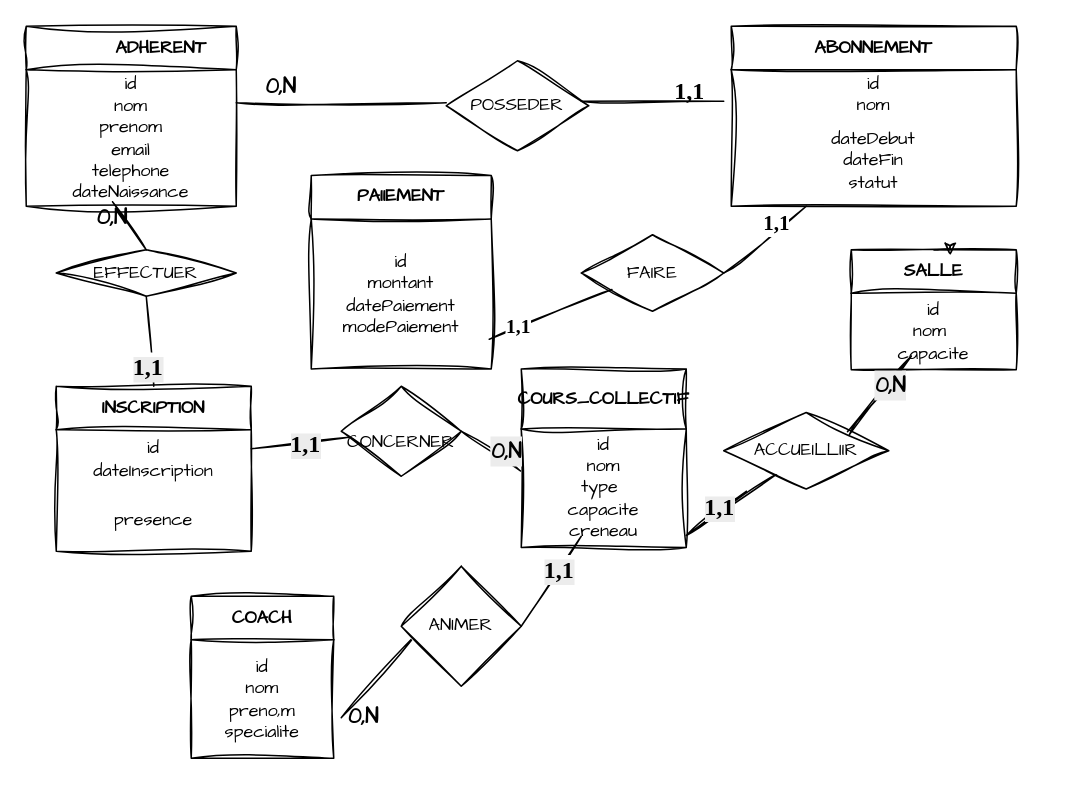
ndeyecoumbathiam2004-eng/bibliotheque keeps this draw.io diagram as mcd.drawio. Above is the earlier version. Source tidied: cells renumbered, new cells numbered last; positions are measured from the earlier drawing's top-left corner, leaving out a move shared by most shapes. Both pictures are drawn from the tidied source at 150%, with x=0, y=0 at pixel (26, 26).
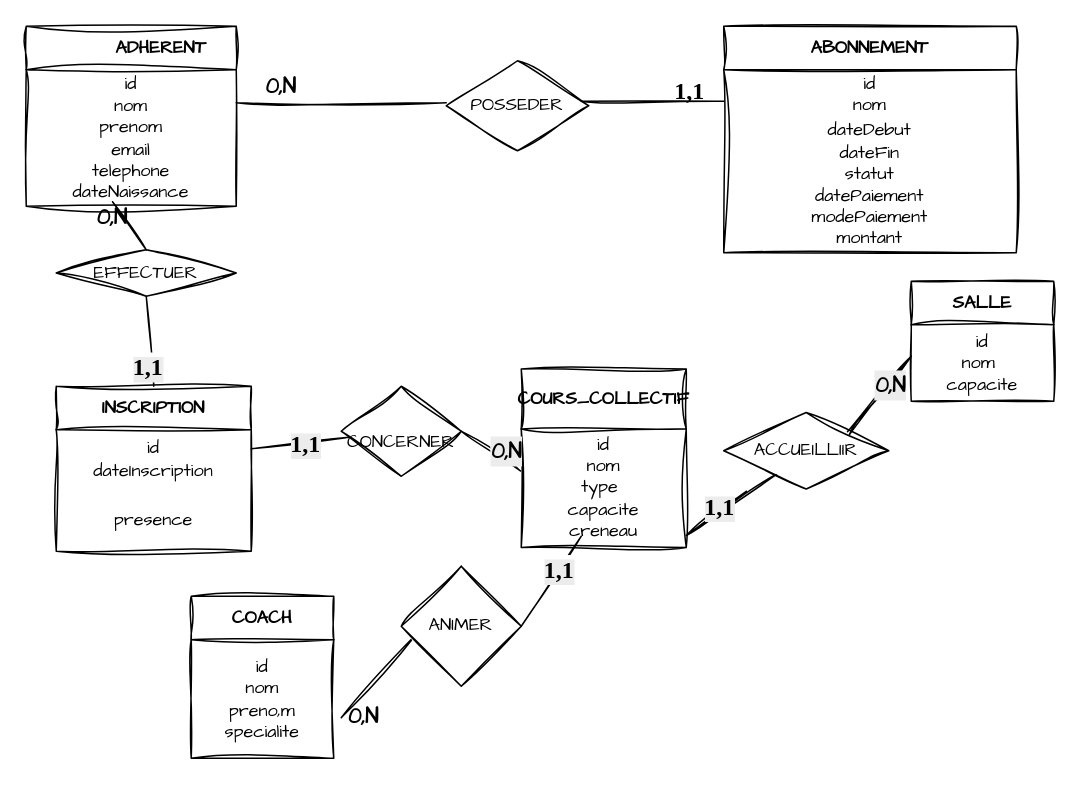
After the change.

What changed in the source:
```diff
@@
     <mxCell id="10" value="ABONNEMENT" style="swimlane;fontStyle=1;align=center;verticalAlign=middle;horizontal=1;startSize=29;html=1;whiteSpace=wrap;sketch=1;hachureGap=4;jiggle=2;curveFitting=1;fontFamily=Architects Daughter;" parent="1" vertex="1">
-      <mxGeometry x="470" width="190" height="120" as="geometry" />
+      <mxGeometry x="465" width="195" height="151" as="geometry" />
     </mxCell>
     <mxCell id="11" value="id&lt;div&gt;nom&lt;/div&gt;" style="text;html=1;strokeColor=none;fillColor=none;align=center;verticalAlign=middle;spacingLeft=4;spacingRight=4;overflow=hidden;whiteSpace=wrap;fontFamily=Architects Daughter;" parent="10" vertex="1">
-      <mxGeometry y="29" width="190" height="31" as="geometry" />
+      <mxGeometry y="29" width="195" height="31" as="geometry" />
     </mxCell>
-    <mxCell id="12" value="dateDebut&lt;div&gt;dateFin&lt;/div&gt;&lt;div&gt;statut&lt;/div&gt;" style="text;html=1;strokeColor=none;fillColor=none;align=center;verticalAlign=middle;spacingLeft=4;spacingRight=4;overflow=hidden;whiteSpace=wrap;fontFamily=Architects Daughter;" parent="10" vertex="1">
-      <mxGeometry y="60" width="190" height="60" as="geometry" />
+    <mxCell id="12" value="dateDebut&lt;div&gt;dateFin&lt;/div&gt;&lt;div&gt;statut&lt;/div&gt;&lt;div&gt;datePaiement&lt;/div&gt;&lt;div&gt;modePaiement&lt;/div&gt;&lt;div&gt;montant&lt;/div&gt;" style="text;html=1;strokeColor=none;fillColor=none;align=center;verticalAlign=middle;spacingLeft=4;spacingRight=4;overflow=hidden;whiteSpace=wrap;fontFamily=Architects Daughter;" parent="10" vertex="1">
+      <mxGeometry y="60" width="195" height="91" as="geometry" />
     </mxCell>
@@
-    <mxCell id="16" value="PAIIEMENT" style="swimlane;fontStyle=1;align=center;verticalAlign=middle;horizontal=1;startSize=29;html=1;whiteSpace=wrap;sketch=1;hachureGap=4;jiggle=2;curveFitting=1;fontFamily=Architects Daughter;" parent="1" vertex="1">
-      <mxGeometry x="190" y="99.5" width="120" height="129" as="geometry" />
-    </mxCell>
-    <mxCell id="17" value="&lt;div&gt;id&lt;/div&gt;&lt;div&gt;montant&lt;/div&gt;&lt;div&gt;datePaiement&lt;/div&gt;&lt;div&gt;modePaiement&lt;/div&gt;" style="text;html=1;strokeColor=none;fillColor=none;align=center;verticalAlign=middle;spacingLeft=4;spacingRight=4;overflow=hidden;points=[[0,0.5],[1,0.5]];portConstraint=eastwest;whiteSpace=wrap;fontFamily=Architects Daughter;" parent="16" vertex="1">
-      <mxGeometry y="29" width="120" height="100" as="geometry" />
-    </mxCell>
     <mxCell id="18" value="SALLE" style="swimlane;fontStyle=1;align=center;verticalAlign=middle;horizontal=1;startSize=29;html=1;whiteSpace=wrap;sketch=1;hachureGap=4;jiggle=2;curveFitting=1;fontFamily=Architects Daughter;" parent="1" vertex="1">
-      <mxGeometry x="550" y="149" width="110" height="80" as="geometry" />
+      <mxGeometry x="590" y="170" width="95" height="80" as="geometry" />
     </mxCell>
     <mxCell id="19" value="id&lt;div&gt;nom&amp;nbsp;&lt;/div&gt;&lt;div&gt;capacite&lt;/div&gt;" style="text;html=1;strokeColor=none;fillColor=none;align=center;verticalAlign=middle;spacingLeft=4;spacingRight=4;overflow=hidden;whiteSpace=wrap;fontFamily=Architects Daughter;" parent="18" vertex="1">
-      <mxGeometry y="29" width="110" height="51" as="geometry" />
+      <mxGeometry y="29" width="95" height="51" as="geometry" />
     </mxCell>
@@
-    <mxCell id="26" style="edgeStyle=orthogonalEdgeStyle;rounded=0;sketch=1;hachureGap=4;jiggle=2;curveFitting=1;orthogonalLoop=1;jettySize=auto;html=1;innerLoopWaypoints=1;exitX=0.5;exitY=0;exitDx=0;exitDy=0;entryX=0.6;entryY=0.047;entryDx=0;entryDy=0;entryPerimeter=0;fontFamily=Architects Daughter;" parent="1" edge="1" source="18" target="18">
-      <mxGeometry relative="1" as="geometry" />
-    </mxCell>
@@
-    <mxCell id="39" value="FAIRE" style="rhombus;whiteSpace=wrap;html=1;shapeInside=1;sketch=1;hachureGap=4;jiggle=2;curveFitting=1;fontFamily=Architects Daughter;" parent="1" vertex="1">
-      <mxGeometry x="370" y="139" width="95" height="51" as="geometry" />
-    </mxCell>
@@
-    <mxCell id="45" style="endArrow=none;html=1;rounded=0;sketch=1;hachureGap=4;jiggle=2;curveFitting=1;fontFamily=Architects Daughter;exitX=1;exitY=0.5;exitDx=0;exitDy=0;" parent="1" edge="1" source="39">
-      <mxGeometry relative="1" as="geometry">
-        <mxPoint x="520" y="120" as="targetPoint" />
-      </mxGeometry>
-    </mxCell>
-    <mxCell id="46" value="&lt;span style=&quot;font-size: 14px;&quot;&gt;&lt;b&gt;&lt;font face=&quot;Times New Roman&quot;&gt;1,1&lt;/font&gt;&lt;/b&gt;&lt;/span&gt;" style="edgeLabel;html=1;align=center;verticalAlign=middle;fontFamily=Architects Daughter;" parent="45" vertex="1">
-      <mxGeometry x="0.36" y="4" relative="1" as="geometry" />
-    </mxCell>
-    <mxCell id="47" style="endArrow=none;html=1;rounded=0;sketch=1;hachureGap=4;jiggle=2;curveFitting=1;fontFamily=Architects Daughter;exitX=0.989;exitY=0.802;exitDx=0;exitDy=0;exitPerimeter=0;" parent="1" edge="1" source="17" target="39">
-      <mxGeometry relative="1" as="geometry" />
-    </mxCell>
-    <mxCell id="48" value="&lt;font face=&quot;Times New Roman&quot; style=&quot;font-size: 13px;&quot;&gt;&lt;b style=&quot;&quot;&gt;1,1&lt;/b&gt;&lt;/font&gt;" style="edgeLabel;html=1;align=center;verticalAlign=middle;fontFamily=Architects Daughter;" parent="47" vertex="1">
-      <mxGeometry x="-0.52" y="1" relative="1" as="geometry" />
-    </mxCell>
```
